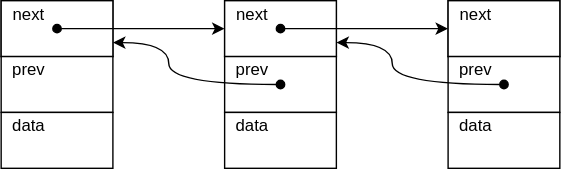
Before: images/double_linked_list.drawio.svg, a diagram exported from draw.io (BugbearR/bugbearr.github.io). Source tidied: cells renumbered, new cells last; positions are measured from the earlier drawing's top-left corner, leaving out a move shared by most shapes.
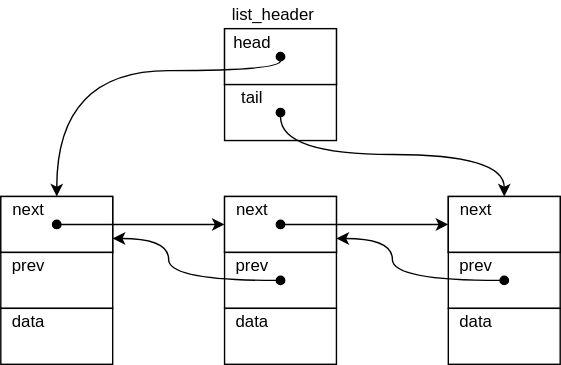
After the commit.

Commit message:
Add list header

What changed in the source:
```diff
@@ -107,5 +107,34 @@
         </Array>
       </mxGeometry>
     </mxCell>
+    <mxCell id="30" style="rounded=0;whiteSpace=wrap;html=1;" parent="1" vertex="1">
+      <mxGeometry x="160" y="-120" width="80" height="40" as="geometry" />
+    </mxCell>
+    <mxCell id="31" style="rounded=0;whiteSpace=wrap;html=1;align=left;" parent="1" vertex="1">
+      <mxGeometry x="160" y="-120" width="80" height="40" as="geometry" />
+    </mxCell>
+    <mxCell id="32" style="rounded=0;whiteSpace=wrap;html=1;" parent="1" vertex="1">
+      <mxGeometry x="160" y="-80" width="80" height="40" as="geometry" />
+    </mxCell>
+    <mxCell id="33" style="edgeStyle=orthogonalEdgeStyle;curved=1;html=1;exitX=1;exitY=1;exitDx=0;exitDy=0;entryX=1;entryY=0;entryDx=0;entryDy=0;startArrow=oval;startFill=1;" parent="1" edge="1" source="34" target="7">
+      <mxGeometry relative="1" as="geometry">
+        <Array as="points">
+          <mxPoint x="200" y="-90" />
+          <mxPoint x="40" y="-90" />
+        </Array>
+      </mxGeometry>
+    </mxCell>
+    <mxCell id="34" value="head" style="text;html=1;strokeColor=none;fillColor=none;align=center;verticalAlign=middle;whiteSpace=wrap;rounded=0;" parent="1" vertex="1">
+      <mxGeometry x="160" y="-120" width="40" height="20" as="geometry" />
+    </mxCell>
+    <mxCell id="35" style="edgeStyle=orthogonalEdgeStyle;curved=1;html=1;exitX=1;exitY=1;exitDx=0;exitDy=0;entryX=1;entryY=0;entryDx=0;entryDy=0;startArrow=oval;startFill=1;" parent="1" edge="1" source="36" target="23">
+      <mxGeometry relative="1" as="geometry" />
+    </mxCell>
+    <mxCell id="36" value="tail" style="text;html=1;strokeColor=none;fillColor=none;align=center;verticalAlign=middle;whiteSpace=wrap;rounded=0;" parent="1" vertex="1">
+      <mxGeometry x="160" y="-80" width="40" height="20" as="geometry" />
+    </mxCell>
+    <mxCell id="37" value="list_header" style="text;html=1;strokeColor=none;fillColor=none;align=center;verticalAlign=middle;whiteSpace=wrap;rounded=0;" parent="1" vertex="1">
+      <mxGeometry x="160" y="-140" width="70" height="20" as="geometry" />
+    </mxCell>
   </root>
 </mxGraphModel>
```
